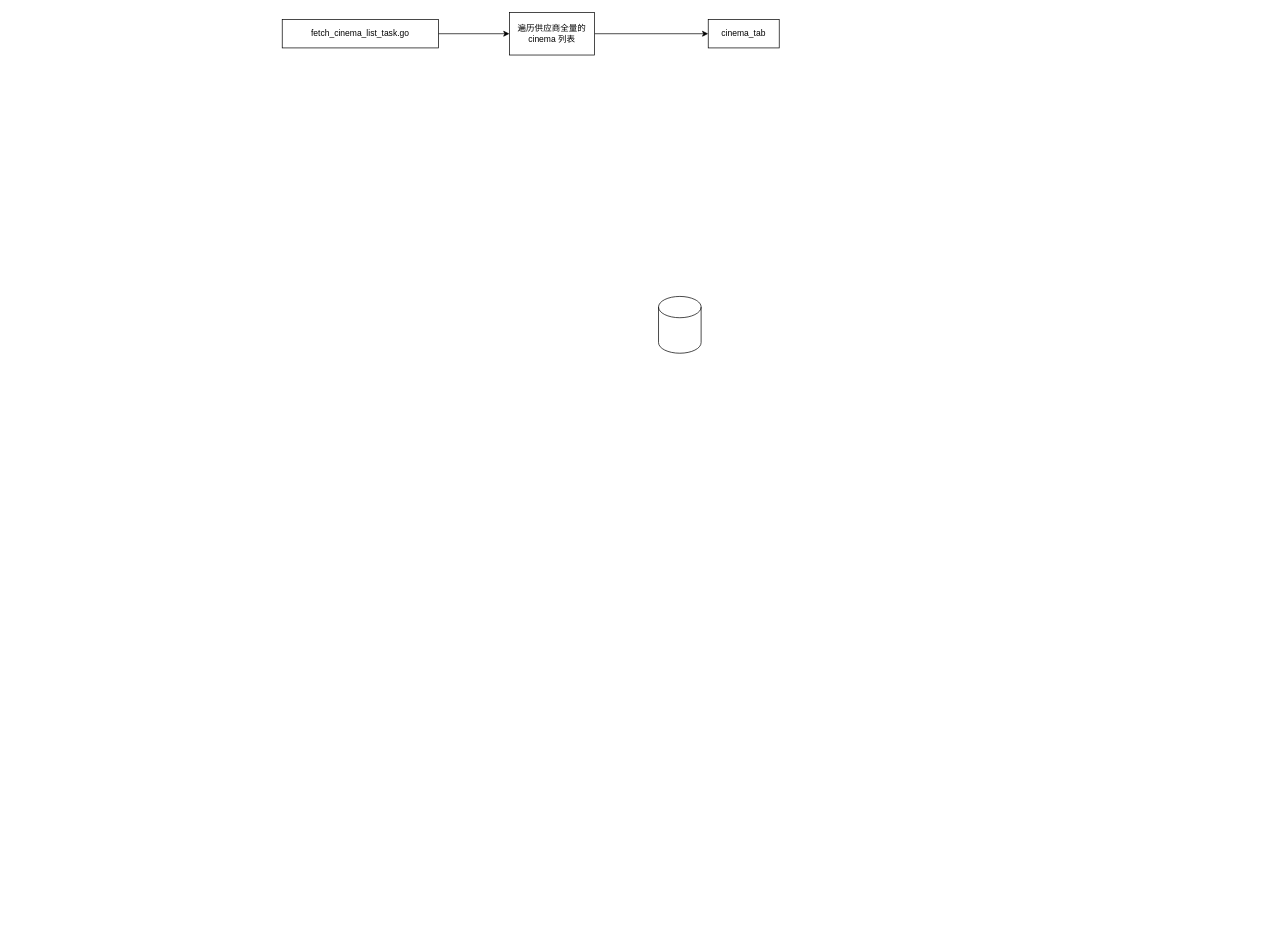
This is source/diagrams/movie.drawio from wxquare/wxquare.github.io, a draw.io file, before an edit. Source tidied: cells renumbered, new cells numbered last; positions are measured from the earlier drawing's top-left corner, leaving out a move shared by most shapes. Both pictures are drawn from the tidied source at 71%, with x=0, y=0 at pixel (282, 12).
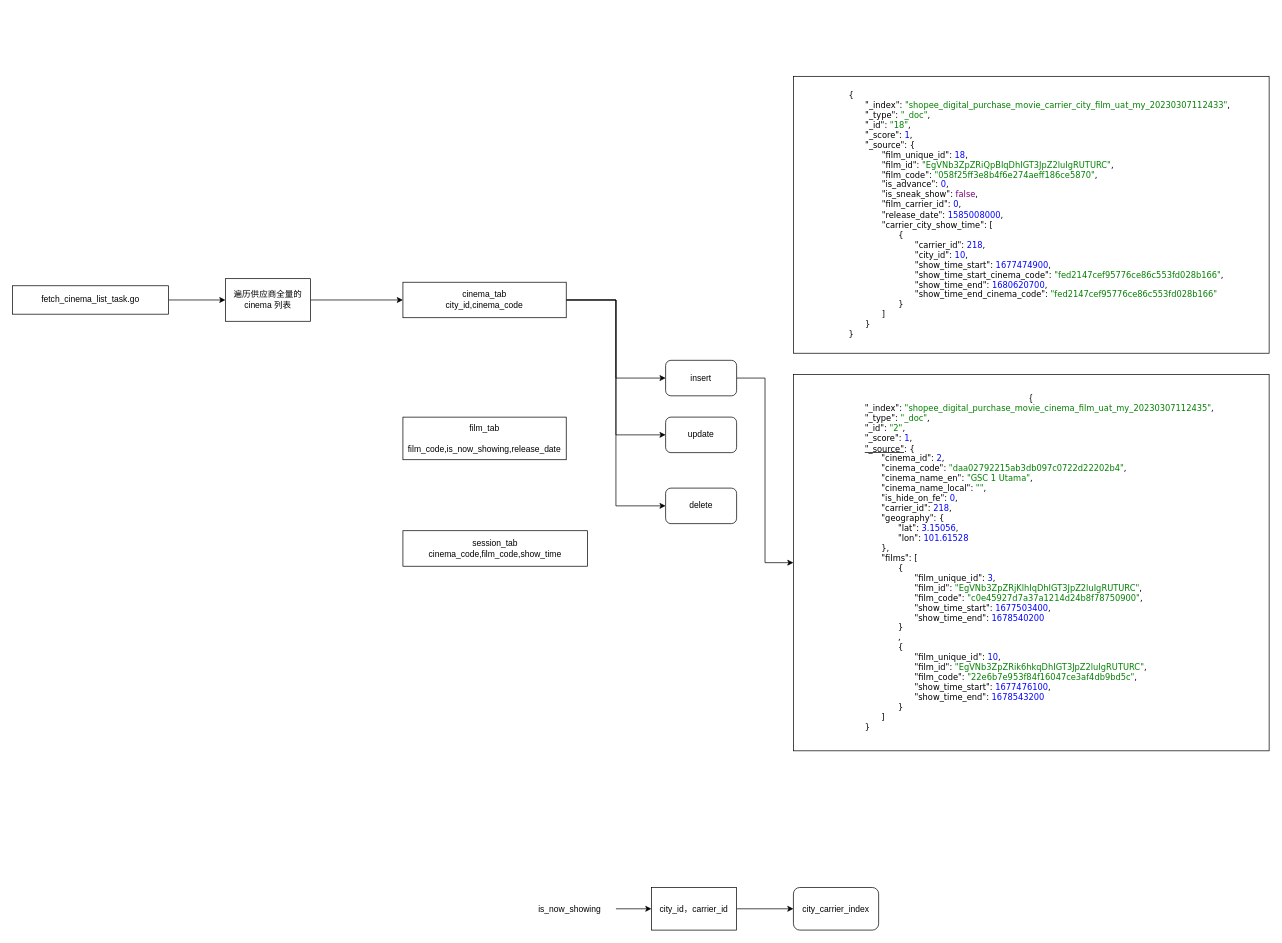
After the change.

Diff of the diagram source:
```diff
@@
     <mxCell id="3" value="fetch_cinema_list_task.go" style="rounded=0;whiteSpace=wrap;html=1;" parent="1" vertex="1">
-      <mxGeometry y="10" width="220" height="40" as="geometry" />
+      <mxGeometry x="-380" y="385" width="220" height="40" as="geometry" />
     </mxCell>
@@
     <mxCell id="5" value="遍历供应商全量的cinema 列表" style="rounded=0;whiteSpace=wrap;html=1;" parent="1" vertex="1">
-      <mxGeometry x="320" width="120" height="60" as="geometry" />
+      <mxGeometry x="-80" y="375" width="120" height="60" as="geometry" />
     </mxCell>
-    <mxCell id="6" style="shape=cylinder3;whiteSpace=wrap;html=1;boundedLbl=1;backgroundOutline=1;size=15;" parent="1" vertex="1">
-      <mxGeometry x="530" y="400" width="60" height="80" as="geometry" />
-    </mxCell>
+    <mxCell id="8" style="edgeStyle=orthogonalEdgeStyle;rounded=0;jettySize=auto;html=1;exitX=1;exitY=0.5;exitDx=0;exitDy=0;entryX=0;entryY=0.5;entryDx=0;entryDy=0;" parent="1" edge="1" source="7" target="16">
+      <mxGeometry relative="1" as="geometry" />
+    </mxCell>
+    <mxCell id="9" style="edgeStyle=orthogonalEdgeStyle;rounded=0;jettySize=auto;html=1;exitX=1;exitY=0.5;exitDx=0;exitDy=0;entryX=0;entryY=0.5;entryDx=0;entryDy=0;" parent="1" edge="1" source="7" target="17">
+      <mxGeometry relative="1" as="geometry" />
+    </mxCell>
+    <mxCell id="10" style="edgeStyle=orthogonalEdgeStyle;rounded=0;jettySize=auto;html=1;exitX=1;exitY=0.5;exitDx=0;exitDy=0;entryX=0;entryY=0.5;entryDx=0;entryDy=0;" parent="1" edge="1" source="7" target="18">
+      <mxGeometry relative="1" as="geometry" />
+    </mxCell>
-    <mxCell id="7" value="cinema_tab" style="rounded=0;whiteSpace=wrap;html=1;" parent="1" vertex="1">
-      <mxGeometry x="600" y="10" width="100" height="40" as="geometry" />
+    <mxCell id="7" value="cinema_tab&lt;br&gt;city_id,cinema_code" style="rounded=0;whiteSpace=wrap;html=1;" parent="1" vertex="1">
+      <mxGeometry x="170" y="380" width="230" height="50" as="geometry" />
     </mxCell>
+    <mxCell id="11" value="film_tab&lt;br&gt;&lt;br&gt;film_code,is_now_showing,release_date" style="rounded=0;whiteSpace=wrap;html=1;" parent="1" vertex="1">
+      <mxGeometry x="170" y="570" width="230" height="60" as="geometry" />
+    </mxCell>
+    <mxCell id="12" value="session_tab&lt;br&gt;cinema_code,film_code,show_time" style="rounded=0;whiteSpace=wrap;html=1;" parent="1" vertex="1">
+      <mxGeometry x="170" y="730" width="260" height="50" as="geometry" />
+    </mxCell>
+    <mxCell id="13" value="&lt;ul style=&quot;margin: 0px; padding: 0px 0px 0px 2em; list-style: none; color: rgb(0, 0, 0); font-family: Verdana, sans-serif; font-size: 11.68px; font-style: normal; font-variant-ligatures: normal; font-variant-caps: normal; font-weight: 400; letter-spacing: normal; orphans: 2; text-align: left; text-indent: 0px; text-transform: none; widows: 2; word-spacing: 0px; -webkit-text-stroke-width: 0px; text-decoration-thickness: initial; text-decoration-style: initial; text-decoration-color: initial;&quot; class=&quot;uiJsonPretty-array&quot;&gt;&lt;li style=&quot;padding: 0px; margin: 0px;&quot; class=&quot;expando&quot;&gt;{&lt;ul style=&quot;margin: 0px; padding: 0px 0px 0px 2em; list-style: none;&quot; class=&quot;uiJsonPretty-object&quot;&gt;&lt;li style=&quot;padding: 0px; margin: 0px;&quot; class=&quot;&quot;&gt;&lt;span class=&quot;uiJsonPretty-name&quot;&gt;&quot;_index&quot;&lt;/span&gt;:&lt;span&gt;&amp;nbsp;&lt;/span&gt;&lt;span style=&quot;color: green;&quot; class=&quot;uiJsonPretty-string&quot;&gt;&quot;shopee_digital_purchase_movie_carrier_city_film_uat_my_20230307112433&quot;&lt;/span&gt;,&lt;/li&gt;&lt;li style=&quot;padding: 0px; margin: 0px;&quot; class=&quot;&quot;&gt;&lt;span class=&quot;uiJsonPretty-name&quot;&gt;&quot;_type&quot;&lt;/span&gt;:&lt;span&gt;&amp;nbsp;&lt;/span&gt;&lt;span style=&quot;color: green;&quot; class=&quot;uiJsonPretty-string&quot;&gt;&quot;_doc&quot;&lt;/span&gt;,&lt;/li&gt;&lt;li style=&quot;padding: 0px; margin: 0px;&quot; class=&quot;&quot;&gt;&lt;span class=&quot;uiJsonPretty-name&quot;&gt;&quot;_id&quot;&lt;/span&gt;:&lt;span&gt;&amp;nbsp;&lt;/span&gt;&lt;span style=&quot;color: green;&quot; class=&quot;uiJsonPretty-string&quot;&gt;&quot;18&quot;&lt;/span&gt;,&lt;/li&gt;&lt;li style=&quot;padding: 0px; margin: 0px;&quot; class=&quot;&quot;&gt;&lt;span class=&quot;uiJsonPretty-name&quot;&gt;&quot;_score&quot;&lt;/span&gt;:&lt;span&gt;&amp;nbsp;&lt;/span&gt;&lt;span style=&quot;color: blue;&quot; class=&quot;uiJsonPretty-number&quot;&gt;1&lt;/span&gt;,&lt;/li&gt;&lt;li style=&quot;padding: 0px; margin: 0px;&quot; class=&quot;expando&quot;&gt;&lt;span style=&quot;cursor: pointer;&quot; class=&quot;uiJsonPretty-name&quot;&gt;&quot;_source&quot;&lt;/span&gt;:&lt;span&gt;&amp;nbsp;&lt;/span&gt;{&lt;ul style=&quot;margin: 0px; padding: 0px 0px 0px 2em; list-style: none;&quot; class=&quot;uiJsonPretty-object&quot;&gt;&lt;li style=&quot;padding: 0px; margin: 0px;&quot; class=&quot;&quot;&gt;&lt;span class=&quot;uiJsonPretty-name&quot;&gt;&quot;film_unique_id&quot;&lt;/span&gt;:&lt;span&gt;&amp;nbsp;&lt;/span&gt;&lt;span style=&quot;color: blue;&quot; class=&quot;uiJsonPretty-number&quot;&gt;18&lt;/span&gt;,&lt;/li&gt;&lt;li style=&quot;padding: 0px; margin: 0px;&quot; class=&quot;&quot;&gt;&lt;span class=&quot;uiJsonPretty-name&quot;&gt;&quot;film_id&quot;&lt;/span&gt;:&lt;span&gt;&amp;nbsp;&lt;/span&gt;&lt;span style=&quot;color: green;&quot; class=&quot;uiJsonPretty-string&quot;&gt;&quot;EgVNb3ZpZRiQpBIqDhIGT3JpZ2luIgRUTURC&quot;&lt;/span&gt;,&lt;/li&gt;&lt;li style=&quot;padding: 0px; margin: 0px;&quot; class=&quot;&quot;&gt;&lt;span class=&quot;uiJsonPretty-name&quot;&gt;&quot;film_code&quot;&lt;/span&gt;:&lt;span&gt;&amp;nbsp;&lt;/span&gt;&lt;span style=&quot;color: green;&quot; class=&quot;uiJsonPretty-string&quot;&gt;&quot;058f25ff3e8b4f6e274aeff186ce5870&quot;&lt;/span&gt;,&lt;/li&gt;&lt;li style=&quot;padding: 0px; margin: 0px;&quot; class=&quot;&quot;&gt;&lt;span class=&quot;uiJsonPretty-name&quot;&gt;&quot;is_advance&quot;&lt;/span&gt;:&lt;span&gt;&amp;nbsp;&lt;/span&gt;&lt;span style=&quot;color: blue;&quot; class=&quot;uiJsonPretty-number&quot;&gt;0&lt;/span&gt;,&lt;/li&gt;&lt;li style=&quot;padding: 0px; margin: 0px;&quot; class=&quot;&quot;&gt;&lt;span class=&quot;uiJsonPretty-name&quot;&gt;&quot;is_sneak_show&quot;&lt;/span&gt;:&lt;span&gt;&amp;nbsp;&lt;/span&gt;&lt;span style=&quot;color: purple;&quot; class=&quot;uiJsonPretty-boolean&quot;&gt;false&lt;/span&gt;,&lt;/li&gt;&lt;li style=&quot;padding: 0px; margin: 0px;&quot; class=&quot;&quot;&gt;&lt;span class=&quot;uiJsonPretty-name&quot;&gt;&quot;film_carrier_id&quot;&lt;/span&gt;:&lt;span&gt;&amp;nbsp;&lt;/span&gt;&lt;span style=&quot;color: blue;&quot; class=&quot;uiJsonPretty-number&quot;&gt;0&lt;/span&gt;,&lt;/li&gt;&lt;li style=&quot;padding: 0px; margin: 0px;&quot; class=&quot;&quot;&gt;&lt;span class=&quot;uiJsonPretty-name&quot;&gt;&quot;release_date&quot;&lt;/span&gt;:&lt;span&gt;&amp;nbsp;&lt;/span&gt;&lt;span style=&quot;color: blue;&quot; class=&quot;uiJsonPretty-number&quot;&gt;1585008000&lt;/span&gt;,&lt;/li&gt;&lt;li style=&quot;padding: 0px; margin: 0px;&quot; class=&quot;expando&quot;&gt;&lt;span style=&quot;cursor: pointer;&quot; class=&quot;uiJsonPretty-name&quot;&gt;&quot;carrier_city_show_time&quot;&lt;/span&gt;:&lt;span&gt;&amp;nbsp;&lt;/span&gt;[&lt;ul style=&quot;margin: 0px; padding: 0px 0px 0px 2em; list-style: none;&quot; class=&quot;uiJsonPretty-array&quot;&gt;&lt;li style=&quot;padding: 0px; margin: 0px;&quot; class=&quot;expando&quot;&gt;{&lt;ul style=&quot;margin: 0px; padding: 0px 0px 0px 2em; list-style: none;&quot; class=&quot;uiJsonPretty-object&quot;&gt;&lt;li style=&quot;padding: 0px; margin: 0px;&quot; class=&quot;&quot;&gt;&lt;span class=&quot;uiJsonPretty-name&quot;&gt;&quot;carrier_id&quot;&lt;/span&gt;:&lt;span&gt;&amp;nbsp;&lt;/span&gt;&lt;span style=&quot;color: blue;&quot; class=&quot;uiJsonPretty-number&quot;&gt;218&lt;/span&gt;,&lt;/li&gt;&lt;li style=&quot;padding: 0px; margin: 0px;&quot; class=&quot;&quot;&gt;&lt;span class=&quot;uiJsonPretty-name&quot;&gt;&quot;city_id&quot;&lt;/span&gt;:&lt;span&gt;&amp;nbsp;&lt;/span&gt;&lt;span style=&quot;color: blue;&quot; class=&quot;uiJsonPretty-number&quot;&gt;10&lt;/span&gt;,&lt;/li&gt;&lt;li style=&quot;padding: 0px; margin: 0px;&quot; class=&quot;&quot;&gt;&lt;span class=&quot;uiJsonPretty-name&quot;&gt;&quot;show_time_start&quot;&lt;/span&gt;:&lt;span&gt;&amp;nbsp;&lt;/span&gt;&lt;span style=&quot;color: blue;&quot; class=&quot;uiJsonPretty-number&quot;&gt;1677474900&lt;/span&gt;,&lt;/li&gt;&lt;li style=&quot;padding: 0px; margin: 0px;&quot; class=&quot;&quot;&gt;&lt;span class=&quot;uiJsonPretty-name&quot;&gt;&quot;show_time_start_cinema_code&quot;&lt;/span&gt;:&lt;span&gt;&amp;nbsp;&lt;/span&gt;&lt;span style=&quot;color: green;&quot; class=&quot;uiJsonPretty-string&quot;&gt;&quot;fed2147cef95776ce86c553fd028b166&quot;&lt;/span&gt;,&lt;/li&gt;&lt;li style=&quot;padding: 0px; margin: 0px;&quot; class=&quot;&quot;&gt;&lt;span class=&quot;uiJsonPretty-name&quot;&gt;&quot;show_time_end&quot;&lt;/span&gt;:&lt;span&gt;&amp;nbsp;&lt;/span&gt;&lt;span style=&quot;color: blue;&quot; class=&quot;uiJsonPretty-number&quot;&gt;1680620700&lt;/span&gt;,&lt;/li&gt;&lt;li style=&quot;padding: 0px; margin: 0px;&quot; class=&quot;&quot;&gt;&lt;span class=&quot;uiJsonPretty-name&quot;&gt;&quot;show_time_end_cinema_code&quot;&lt;/span&gt;:&lt;span&gt;&amp;nbsp;&lt;/span&gt;&lt;span style=&quot;color: green;&quot; class=&quot;uiJsonPretty-string&quot;&gt;&quot;fed2147cef95776ce86c553fd028b166&quot;&lt;/span&gt;&lt;/li&gt;&lt;/ul&gt;}&lt;/li&gt;&lt;/ul&gt;]&lt;/li&gt;&lt;/ul&gt;}&lt;/li&gt;&lt;/ul&gt;}&lt;/li&gt;&lt;/ul&gt;" style="rounded=0;whiteSpace=wrap;html=1;" parent="1" vertex="1">
+      <mxGeometry x="720" y="90" width="670" height="390" as="geometry" />
+    </mxCell>
+    <mxCell id="14" value="{&lt;ul style=&quot;margin: 0px; padding: 0px 0px 0px 2em; list-style: none; font-family: Verdana, sans-serif; font-size: 11.68px; text-align: left;&quot; class=&quot;uiJsonPretty-object&quot;&gt;&lt;li style=&quot;padding: 0px; margin: 0px;&quot; class=&quot;&quot;&gt;&lt;span class=&quot;uiJsonPretty-name&quot;&gt;&quot;_index&quot;&lt;/span&gt;:&amp;nbsp;&lt;span style=&quot;color: green;&quot; class=&quot;uiJsonPretty-string&quot;&gt;&quot;shopee_digital_purchase_movie_cinema_film_uat_my_20230307112435&quot;&lt;/span&gt;,&lt;/li&gt;&lt;li style=&quot;padding: 0px; margin: 0px;&quot; class=&quot;&quot;&gt;&lt;span class=&quot;uiJsonPretty-name&quot;&gt;&quot;_type&quot;&lt;/span&gt;:&amp;nbsp;&lt;span style=&quot;color: green;&quot; class=&quot;uiJsonPretty-string&quot;&gt;&quot;_doc&quot;&lt;/span&gt;,&lt;/li&gt;&lt;li style=&quot;padding: 0px; margin: 0px;&quot; class=&quot;&quot;&gt;&lt;span class=&quot;uiJsonPretty-name&quot;&gt;&quot;_id&quot;&lt;/span&gt;:&amp;nbsp;&lt;span style=&quot;color: green;&quot; class=&quot;uiJsonPretty-string&quot;&gt;&quot;2&quot;&lt;/span&gt;,&lt;/li&gt;&lt;li style=&quot;padding: 0px; margin: 0px;&quot; class=&quot;&quot;&gt;&lt;span class=&quot;uiJsonPretty-name&quot;&gt;&quot;_score&quot;&lt;/span&gt;:&amp;nbsp;&lt;span style=&quot;color: blue;&quot; class=&quot;uiJsonPretty-number&quot;&gt;1&lt;/span&gt;,&lt;/li&gt;&lt;li style=&quot;padding: 0px; margin: 0px;&quot; class=&quot;expando&quot;&gt;&lt;span style=&quot;cursor: pointer; text-decoration-line: underline;&quot; class=&quot;uiJsonPretty-name&quot;&gt;&quot;_source&quot;&lt;/span&gt;:&amp;nbsp;{&lt;ul style=&quot;margin: 0px; padding: 0px 0px 0px 2em; list-style: none;&quot; class=&quot;uiJsonPretty-object&quot;&gt;&lt;li style=&quot;padding: 0px; margin: 0px;&quot; class=&quot;&quot;&gt;&lt;span class=&quot;uiJsonPretty-name&quot;&gt;&quot;cinema_id&quot;&lt;/span&gt;:&amp;nbsp;&lt;span style=&quot;color: blue;&quot; class=&quot;uiJsonPretty-number&quot;&gt;2&lt;/span&gt;,&lt;/li&gt;&lt;li style=&quot;padding: 0px; margin: 0px;&quot; class=&quot;&quot;&gt;&lt;span class=&quot;uiJsonPretty-name&quot;&gt;&quot;cinema_code&quot;&lt;/span&gt;:&amp;nbsp;&lt;span style=&quot;color: green;&quot; class=&quot;uiJsonPretty-string&quot;&gt;&quot;daa02792215ab3db097c0722d22202b4&quot;&lt;/span&gt;,&lt;/li&gt;&lt;li style=&quot;padding: 0px; margin: 0px;&quot; class=&quot;&quot;&gt;&lt;span class=&quot;uiJsonPretty-name&quot;&gt;&quot;cinema_name_en&quot;&lt;/span&gt;:&amp;nbsp;&lt;span style=&quot;color: green;&quot; class=&quot;uiJsonPretty-string&quot;&gt;&quot;GSC 1 Utama&quot;&lt;/span&gt;,&lt;/li&gt;&lt;li style=&quot;padding: 0px; margin: 0px;&quot; class=&quot;&quot;&gt;&lt;span class=&quot;uiJsonPretty-name&quot;&gt;&quot;cinema_name_local&quot;&lt;/span&gt;:&amp;nbsp;&lt;span style=&quot;color: green;&quot; class=&quot;uiJsonPretty-string&quot;&gt;&quot;&quot;&lt;/span&gt;,&lt;/li&gt;&lt;li style=&quot;padding: 0px; margin: 0px;&quot; class=&quot;&quot;&gt;&lt;span class=&quot;uiJsonPretty-name&quot;&gt;&quot;is_hide_on_fe&quot;&lt;/span&gt;:&amp;nbsp;&lt;span style=&quot;color: blue;&quot; class=&quot;uiJsonPretty-number&quot;&gt;0&lt;/span&gt;,&lt;/li&gt;&lt;li style=&quot;padding: 0px; margin: 0px;&quot; class=&quot;&quot;&gt;&lt;span class=&quot;uiJsonPretty-name&quot;&gt;&quot;carrier_id&quot;&lt;/span&gt;:&amp;nbsp;&lt;span style=&quot;color: blue;&quot; class=&quot;uiJsonPretty-number&quot;&gt;218&lt;/span&gt;,&lt;/li&gt;&lt;li style=&quot;padding: 0px; margin: 0px;&quot; class=&quot;expando&quot;&gt;&lt;span style=&quot;cursor: pointer;&quot; class=&quot;uiJsonPretty-name&quot;&gt;&quot;geography&quot;&lt;/span&gt;:&amp;nbsp;{&lt;ul style=&quot;margin: 0px; padding: 0px 0px 0px 2em; list-style: none;&quot; class=&quot;uiJsonPretty-object&quot;&gt;&lt;li style=&quot;padding: 0px; margin: 0px;&quot; class=&quot;&quot;&gt;&lt;span class=&quot;uiJsonPretty-name&quot;&gt;&quot;lat&quot;&lt;/span&gt;:&amp;nbsp;&lt;span style=&quot;color: blue;&quot; class=&quot;uiJsonPretty-number&quot;&gt;3.15056&lt;/span&gt;,&lt;/li&gt;&lt;li style=&quot;padding: 0px; margin: 0px;&quot; class=&quot;&quot;&gt;&lt;span class=&quot;uiJsonPretty-name&quot;&gt;&quot;lon&quot;&lt;/span&gt;:&amp;nbsp;&lt;span style=&quot;color: blue;&quot; class=&quot;uiJsonPretty-number&quot;&gt;101.61528&lt;/span&gt;&lt;/li&gt;&lt;/ul&gt;},&lt;/li&gt;&lt;li style=&quot;padding: 0px; margin: 0px;&quot; class=&quot;expando&quot;&gt;&lt;span style=&quot;cursor: pointer;&quot; class=&quot;uiJsonPretty-name&quot;&gt;&quot;films&quot;&lt;/span&gt;:&amp;nbsp;[&lt;ul style=&quot;margin: 0px; padding: 0px 0px 0px 2em; list-style: none;&quot; class=&quot;uiJsonPretty-array&quot;&gt;&lt;li style=&quot;padding: 0px; margin: 0px;&quot; class=&quot;expando&quot;&gt;{&lt;ul style=&quot;margin: 0px; padding: 0px 0px 0px 2em; list-style: none;&quot; class=&quot;uiJsonPretty-object&quot;&gt;&lt;li style=&quot;padding: 0px; margin: 0px;&quot; class=&quot;&quot;&gt;&lt;span class=&quot;uiJsonPretty-name&quot;&gt;&quot;film_unique_id&quot;&lt;/span&gt;:&amp;nbsp;&lt;span style=&quot;color: blue;&quot; class=&quot;uiJsonPretty-number&quot;&gt;3&lt;/span&gt;,&lt;/li&gt;&lt;li style=&quot;padding: 0px; margin: 0px;&quot; class=&quot;&quot;&gt;&lt;span class=&quot;uiJsonPretty-name&quot;&gt;&quot;film_id&quot;&lt;/span&gt;:&amp;nbsp;&lt;span style=&quot;color: green;&quot; class=&quot;uiJsonPretty-string&quot;&gt;&quot;EgVNb3ZpZRjKlhIqDhIGT3JpZ2luIgRUTURC&quot;&lt;/span&gt;,&lt;/li&gt;&lt;li style=&quot;padding: 0px; margin: 0px;&quot; class=&quot;&quot;&gt;&lt;span class=&quot;uiJsonPretty-name&quot;&gt;&quot;film_code&quot;&lt;/span&gt;:&amp;nbsp;&lt;span style=&quot;color: green;&quot; class=&quot;uiJsonPretty-string&quot;&gt;&quot;c0e45927d7a37a1214d24b8f78750900&quot;&lt;/span&gt;,&lt;/li&gt;&lt;li style=&quot;padding: 0px; margin: 0px;&quot; class=&quot;&quot;&gt;&lt;span class=&quot;uiJsonPretty-name&quot;&gt;&quot;show_time_start&quot;&lt;/span&gt;:&amp;nbsp;&lt;span style=&quot;color: blue;&quot; class=&quot;uiJsonPretty-number&quot;&gt;1677503400&lt;/span&gt;,&lt;/li&gt;&lt;li style=&quot;padding: 0px; margin: 0px;&quot; class=&quot;&quot;&gt;&lt;span class=&quot;uiJsonPretty-name&quot;&gt;&quot;show_time_end&quot;&lt;/span&gt;:&amp;nbsp;&lt;span style=&quot;color: blue;&quot; class=&quot;uiJsonPretty-number&quot;&gt;1678540200&lt;/span&gt;&lt;/li&gt;&lt;/ul&gt;}&lt;/li&gt;,&lt;li style=&quot;padding: 0px; margin: 0px;&quot; class=&quot;expando&quot;&gt;{&lt;ul style=&quot;margin: 0px; padding: 0px 0px 0px 2em; list-style: none;&quot; class=&quot;uiJsonPretty-object&quot;&gt;&lt;li style=&quot;padding: 0px; margin: 0px;&quot; class=&quot;&quot;&gt;&lt;span class=&quot;uiJsonPretty-name&quot;&gt;&quot;film_unique_id&quot;&lt;/span&gt;:&amp;nbsp;&lt;span style=&quot;color: blue;&quot; class=&quot;uiJsonPretty-number&quot;&gt;10&lt;/span&gt;,&lt;/li&gt;&lt;li style=&quot;padding: 0px; margin: 0px;&quot; class=&quot;&quot;&gt;&lt;span class=&quot;uiJsonPretty-name&quot;&gt;&quot;film_id&quot;&lt;/span&gt;:&amp;nbsp;&lt;span style=&quot;color: green;&quot; class=&quot;uiJsonPretty-string&quot;&gt;&quot;EgVNb3ZpZRik6hkqDhIGT3JpZ2luIgRUTURC&quot;&lt;/span&gt;,&lt;/li&gt;&lt;li style=&quot;padding: 0px; margin: 0px;&quot; class=&quot;&quot;&gt;&lt;span class=&quot;uiJsonPretty-name&quot;&gt;&quot;film_code&quot;&lt;/span&gt;:&amp;nbsp;&lt;span style=&quot;color: green;&quot; class=&quot;uiJsonPretty-string&quot;&gt;&quot;22e6b7e953f84f16047ce3af4db9bd5c&quot;&lt;/span&gt;,&lt;/li&gt;&lt;li style=&quot;padding: 0px; margin: 0px;&quot; class=&quot;&quot;&gt;&lt;span class=&quot;uiJsonPretty-name&quot;&gt;&quot;show_time_start&quot;&lt;/span&gt;:&amp;nbsp;&lt;span style=&quot;color: blue;&quot; class=&quot;uiJsonPretty-number&quot;&gt;1677476100&lt;/span&gt;,&lt;/li&gt;&lt;li style=&quot;padding: 0px; margin: 0px;&quot; class=&quot;&quot;&gt;&lt;span class=&quot;uiJsonPretty-name&quot;&gt;&quot;show_time_end&quot;&lt;/span&gt;:&amp;nbsp;&lt;span style=&quot;color: blue;&quot; class=&quot;uiJsonPretty-number&quot;&gt;1678543200&lt;/span&gt;&lt;/li&gt;&lt;/ul&gt;}&lt;/li&gt;&lt;/ul&gt;]&lt;/li&gt;&lt;/ul&gt;}&lt;/li&gt;&lt;/ul&gt;&lt;span style=&quot;font-family: Verdana, sans-serif; font-size: 11.68px; text-align: left;&quot;&gt;&lt;/span&gt;" style="rounded=0;whiteSpace=wrap;html=1;" parent="1" vertex="1">
+      <mxGeometry x="720" y="510" width="670" height="530" as="geometry" />
+    </mxCell>
+    <mxCell id="15" style="edgeStyle=orthogonalEdgeStyle;rounded=0;jettySize=auto;html=1;exitX=1;exitY=0.5;exitDx=0;exitDy=0;" parent="1" edge="1" source="16" target="14">
+      <mxGeometry relative="1" as="geometry" />
+    </mxCell>
+    <mxCell id="16" value="insert" style="rounded=1;whiteSpace=wrap;html=1;" parent="1" vertex="1">
+      <mxGeometry x="540" y="490" width="100" height="50" as="geometry" />
+    </mxCell>
+    <mxCell id="17" value="update" style="rounded=1;whiteSpace=wrap;html=1;" parent="1" vertex="1">
+      <mxGeometry x="540" y="570" width="100" height="50" as="geometry" />
+    </mxCell>
+    <mxCell id="18" value="delete" style="rounded=1;whiteSpace=wrap;html=1;" parent="1" vertex="1">
+      <mxGeometry x="540" y="670" width="100" height="50" as="geometry" />
+    </mxCell>
+    <mxCell id="19" style="edgeStyle=orthogonalEdgeStyle;rounded=0;jettySize=auto;html=1;exitX=1;exitY=0.5;exitDx=0;exitDy=0;entryX=0;entryY=0.5;entryDx=0;entryDy=0;" parent="1" edge="1" source="20" target="23">
+      <mxGeometry relative="1" as="geometry" />
+    </mxCell>
+    <mxCell id="20" value="city_id，carrier_id" style="rounded=0;whiteSpace=wrap;html=1;" parent="1" vertex="1">
+      <mxGeometry x="520" y="1232.5" width="120" height="60" as="geometry" />
+    </mxCell>
+    <mxCell id="21" style="edgeStyle=orthogonalEdgeStyle;rounded=0;jettySize=auto;html=1;exitX=1;exitY=0.5;exitDx=0;exitDy=0;" parent="1" edge="1" source="22" target="20">
+      <mxGeometry relative="1" as="geometry" />
+    </mxCell>
+    <mxCell id="22" value="is_now_showing" style="text;html=1;strokeColor=none;fillColor=none;align=center;verticalAlign=middle;whiteSpace=wrap;rounded=0;" parent="1" vertex="1">
+      <mxGeometry x="340" y="1245" width="130" height="35" as="geometry" />
+    </mxCell>
+    <mxCell id="23" value="city_carrier_index" style="rounded=1;whiteSpace=wrap;html=1;" parent="1" vertex="1">
+      <mxGeometry x="720" y="1232.5" width="120" height="60" as="geometry" />
+    </mxCell>
```
